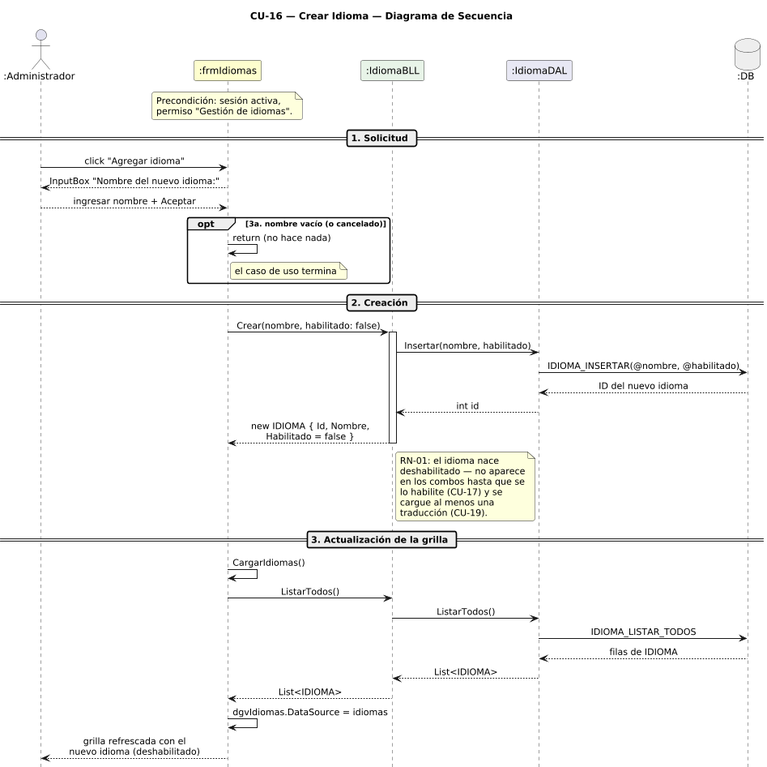
Jesifu/club-de-vinos-td keeps this PlantUML diagram as DIAGRAMAS/DiagramaSecuencia_CU16_CrearIdioma.png. Above is the earlier version. Its source is kept beside it as DIAGRAMAS/DiagramaSecuencia_CU16_CrearIdioma.puml. The source it was exported from:
```plantuml
@startuml DiagramaSecuencia_CU16_CrearIdioma

title CU-16 — Crear Idioma — Diagrama de Secuencia

skinparam shadowing false
skinparam roundcorner 6
skinparam sequenceArrowThickness 1.2
skinparam sequenceMessageAlign center
hide footbox
scale 0.85

actor       ":Administrador" as A
participant ":frmIdiomas"    as FI #FEFECE
participant ":IdiomaBLL"     as IB #E8F4E8
participant ":IdiomaDAL"     as IDD #E8E8F4
database    ":DB"            as DB #EEEEEE

note over FI
  Precondición: sesión activa,
  permiso "Gestión de idiomas".
end note

== 1. Solicitud ==

A -> FI : click "Agregar idioma"
FI --> A : InputBox "Nombre del nuevo idioma:"
A --> FI : ingresar nombre + Aceptar

opt 3a. nombre vacío (o cancelado)
  FI -> FI : return (no hace nada)
  note right of FI : el caso de uso termina
end

== 2. Creación ==

FI -> IB : Crear(nombre, habilitado: false)
activate IB
IB -> IDD : Insertar(nombre, habilitado)
IDD -> DB : IDIOMA_INSERTAR(@nombre, @habilitado)
DB --> IDD : ID del nuevo idioma
IDD --> IB : int id
IB --> FI : new IDIOMA { Id, Nombre,\nHabilitado = false }
deactivate IB

note right of IB
  RN-01: el idioma nace
  deshabilitado — no aparece
  en los combos hasta que se
  lo habilite (CU-17) y se
  cargue al menos una
  traducción (CU-19).
end note

== 3. Actualización de la grilla ==

FI -> FI : CargarIdiomas()
FI -> IB : ListarTodos()
IB -> IDD : ListarTodos()
IDD -> DB : IDIOMA_LISTAR_TODOS
DB --> IDD : filas de IDIOMA
IDD --> IB : List<IDIOMA>
IB --> FI : List<IDIOMA>
FI -> FI : dgvIdiomas.DataSource = idiomas
FI --> A : grilla refrescada con el\nnuevo idioma (deshabilitado)

@enduml
```
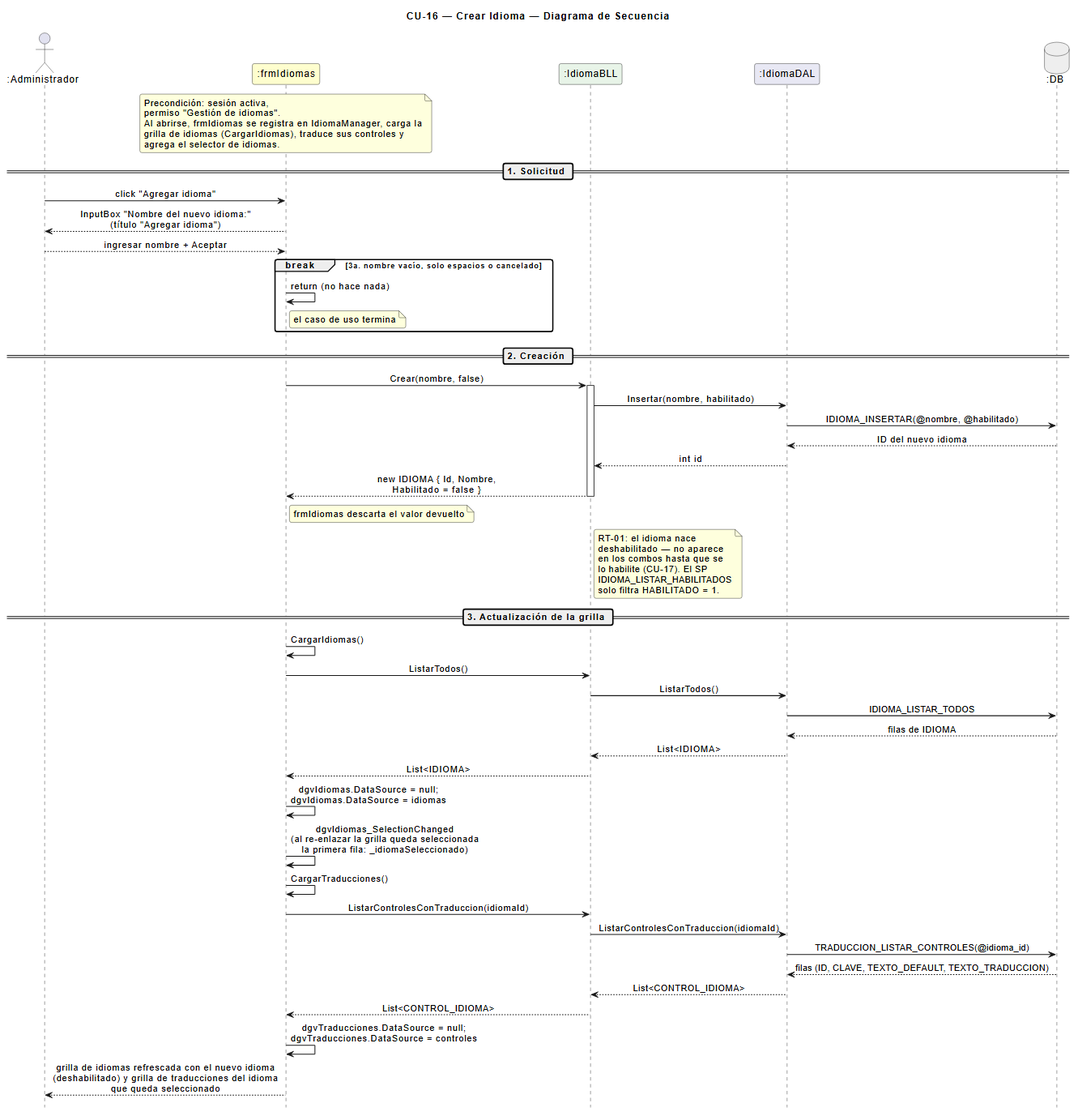
Later version of the same file.

The edit, as a diff of the source:
```diff
@@ -18,22 +18,25 @@
 note over FI
   Precondición: sesión activa,
   permiso "Gestión de idiomas".
+  Al abrirse, frmIdiomas se registra en IdiomaManager, carga la
+  grilla de idiomas (CargarIdiomas), traduce sus controles y
+  agrega el selector de idiomas.
 end note
 
 == 1. Solicitud ==
 
 A -> FI : click "Agregar idioma"
-FI --> A : InputBox "Nombre del nuevo idioma:"
+FI --> A : InputBox "Nombre del nuevo idioma:"\n(título "Agregar idioma")
 A --> FI : ingresar nombre + Aceptar
 
-opt 3a. nombre vacío (o cancelado)
+break 3a. nombre vacío, solo espacios o cancelado
   FI -> FI : return (no hace nada)
   note right of FI : el caso de uso termina
 end
 
 == 2. Creación ==
 
-FI -> IB : Crear(nombre, habilitado: false)
+FI -> IB : Crear(nombre, false)
 activate IB
 IB -> IDD : Insertar(nombre, habilitado)
 IDD -> DB : IDIOMA_INSERTAR(@nombre, @habilitado)
@@ -41,14 +44,15 @@
 IDD --> IB : int id
 IB --> FI : new IDIOMA { Id, Nombre,\nHabilitado = false }
 deactivate IB
+note right of FI : frmIdiomas descarta el valor devuelto
 
 note right of IB
-  RN-01: el idioma nace
+  RT-01: el idioma nace
   deshabilitado — no aparece
   en los combos hasta que se
-  lo habilite (CU-17) y se
-  cargue al menos una
-  traducción (CU-19).
+  lo habilite (CU-17). El SP
+  IDIOMA_LISTAR_HABILITADOS
+  solo filtra HABILITADO = 1.
 end note
 
 == 3. Actualización de la grilla ==
@@ -60,7 +64,16 @@
 DB --> IDD : filas de IDIOMA
 IDD --> IB : List<IDIOMA>
 IB --> FI : List<IDIOMA>
-FI -> FI : dgvIdiomas.DataSource = idiomas
-FI --> A : grilla refrescada con el\nnuevo idioma (deshabilitado)
+FI -> FI : dgvIdiomas.DataSource = null;\ndgvIdiomas.DataSource = idiomas
+FI -> FI : dgvIdiomas_SelectionChanged\n(al re-enlazar la grilla queda seleccionada\nla primera fila: _idiomaSeleccionado)
+FI -> FI : CargarTraducciones()
+FI -> IB : ListarControlesConTraduccion(idiomaId)
+IB -> IDD : ListarControlesConTraduccion(idiomaId)
+IDD -> DB : TRADUCCION_LISTAR_CONTROLES(@idioma_id)
+DB --> IDD : filas (ID, CLAVE, TEXTO_DEFAULT, TEXTO_TRADUCCION)
+IDD --> IB : List<CONTROL_IDIOMA>
+IB --> FI : List<CONTROL_IDIOMA>
+FI -> FI : dgvTraducciones.DataSource = null;\ndgvTraducciones.DataSource = controles
+FI --> A : grilla de idiomas refrescada con el nuevo idioma\n(deshabilitado) y grilla de traducciones del idioma\nque queda seleccionado
 
 @enduml
```
